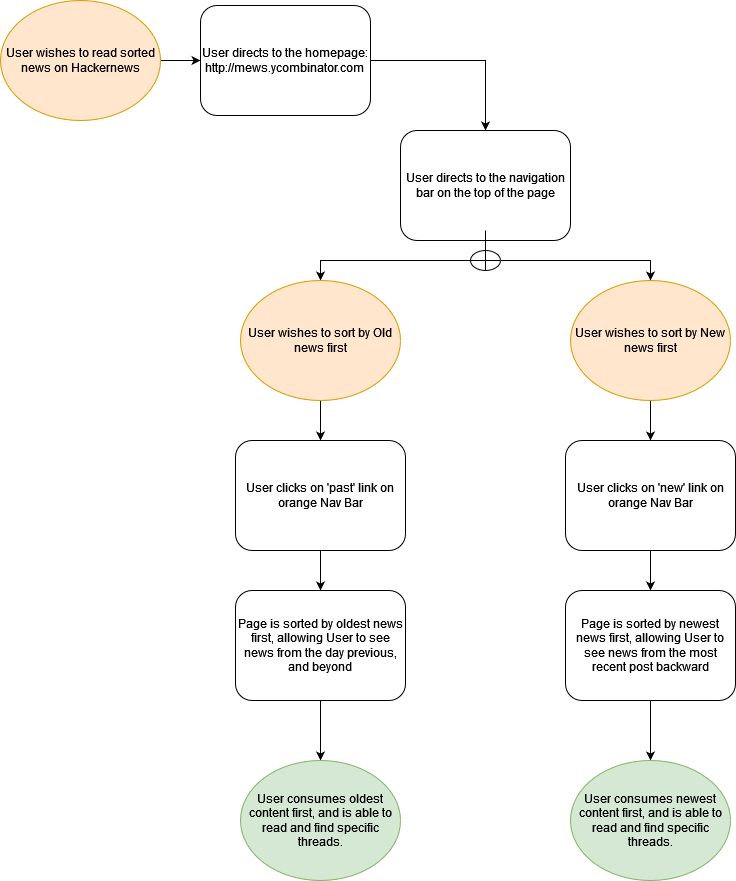
Above: BusinessModels/NewsSort.drawio.png in ruskpr/PROG210_Assignment3 (draw.io), before the change. Source tidied: cells renumbered, new cells last; positions are measured from the earlier drawing's top-left corner, leaving out a move shared by most shapes.
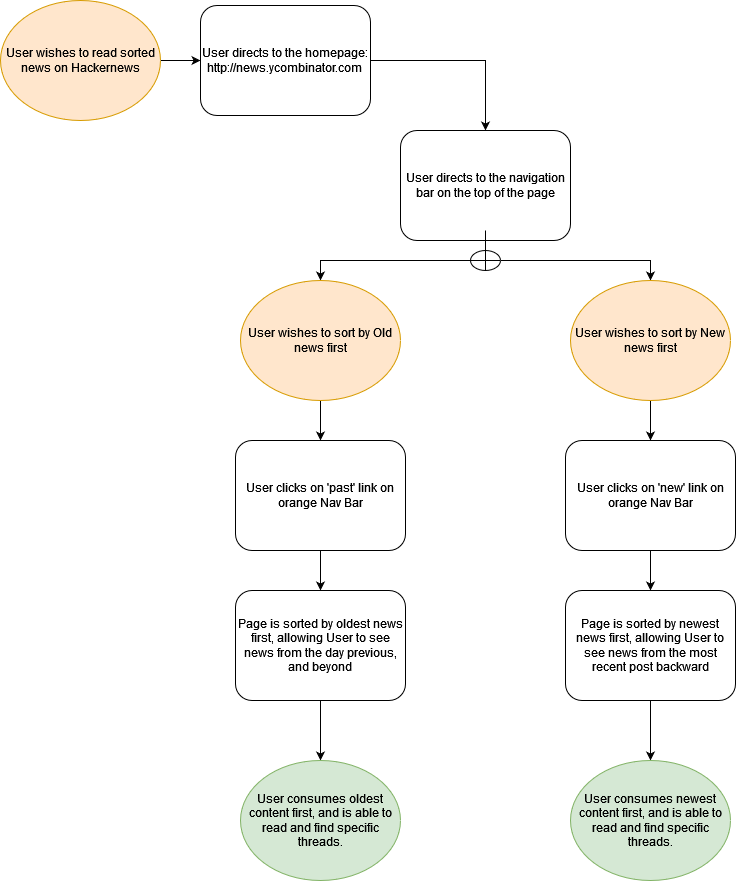
Above is the later version.

Commit message:
Add update business model diagrams

What changed in the source:
```diff
@@ -11,7 +11,7 @@
     <mxCell id="4" style="edgeStyle=orthogonalEdgeStyle;rounded=0;jettySize=auto;html=1;entryX=0.5;entryY=0;entryDx=0;entryDy=0;" parent="1" edge="1" source="5" target="8">
       <mxGeometry relative="1" as="geometry" />
     </mxCell>
-    <mxCell id="5" value="&lt;div&gt;User directs to the homepage:&lt;/div&gt;&lt;div&gt;http://mews.ycombinator.com&lt;br&gt;&lt;/div&gt;" style="rounded=1;whiteSpace=wrap;html=1;" parent="1" vertex="1">
+    <mxCell id="5" value="&lt;div&gt;User directs to the homepage:&lt;/div&gt;&lt;div&gt;http://news.ycombinator.com&lt;br&gt;&lt;/div&gt;" style="rounded=1;whiteSpace=wrap;html=1;" parent="1" vertex="1">
       <mxGeometry x="200" y="5" width="170" height="110" as="geometry" />
     </mxCell>
     <mxCell id="6" style="edgeStyle=orthogonalEdgeStyle;rounded=0;jettySize=auto;html=1;entryX=0.5;entryY=0;entryDx=0;entryDy=0;" parent="1" edge="1" source="8" target="10">
```
